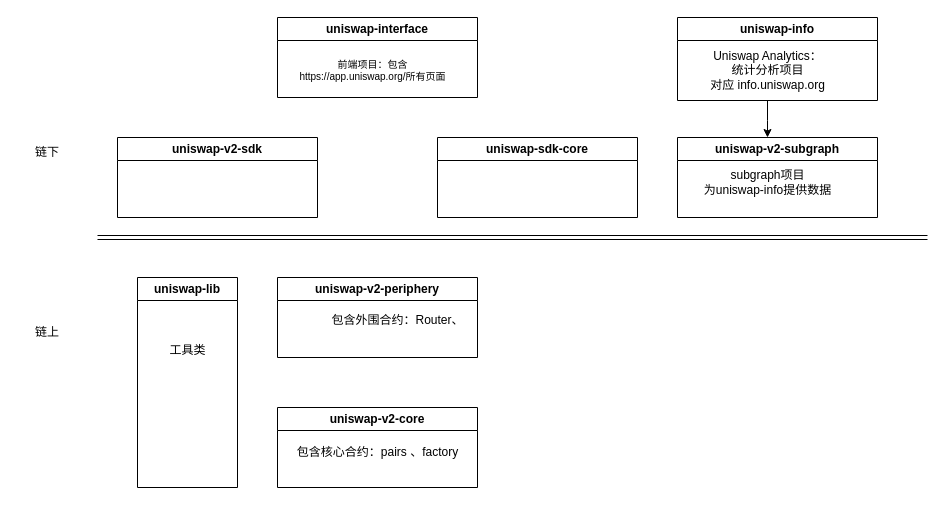
Above: Uniswap-V2-架构图.drawio in nogoingbac/draw-diagrams (draw.io), before the change. Source tidied: cells renumbered, new cells numbered last; positions are measured from the earlier drawing's top-left corner, leaving out a move shared by most shapes. Both pictures are drawn from the tidied source at 100%, with x=0, y=0 at pixel (17, 17).
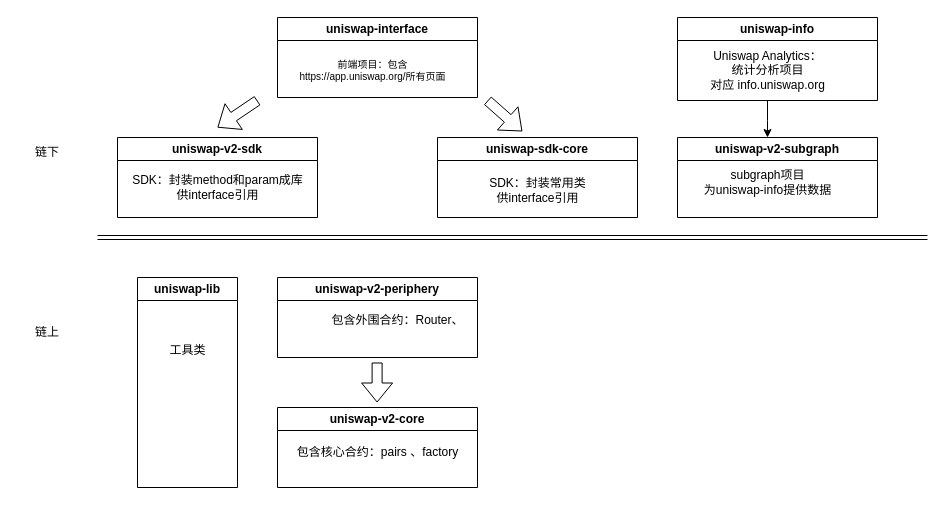
The same page after the edit.

Commit message:
更新Uniswap-V2-架构图.drawio

The change refers to these unchanged cells:
```xml
<mxCell id="4" value="uniswap-sdk-core" style="swimlane;whiteSpace=wrap;html=1;" parent="1" vertex="1">
  <mxGeometry x="420" y="120" width="200" height="80" as="geometry" />
</mxCell>
<mxCell id="5" value="uniswap-v2-sdk" style="swimlane;whiteSpace=wrap;html=1;" parent="1" vertex="1">
  <mxGeometry x="100" y="120" width="200" height="80" as="geometry" />
</mxCell>
```

What changed in the source:
```diff
@@
+    <mxCell id="20" value="SDK：封装method和param成库&lt;br&gt;供interface引用" style="text;html=1;align=center;verticalAlign=middle;strokeColor=none;fillColor=none;" parent="5" vertex="1">
+      <mxGeometry x="5" y="30" width="190" height="40" as="geometry" />
+    </mxCell>
@@
+    <mxCell id="21" value="SDK：封装常用类&lt;br&gt;供interface引用" style="text;html=1;align=center;verticalAlign=middle;strokeColor=none;fillColor=none;" parent="1" vertex="1">
+      <mxGeometry x="460" y="153" width="120" height="40" as="geometry" />
+    </mxCell>
+    <mxCell id="22" style="shape=flexArrow;endArrow=classic;html=1;rounded=0;entryX=0.424;entryY=-0.077;entryDx=0;entryDy=0;entryPerimeter=0;" parent="1" edge="1" target="4">
+      <mxGeometry relative="1" as="geometry">
+        <mxPoint x="470" y="83" as="sourcePoint" />
+      </mxGeometry>
+    </mxCell>
+    <mxCell id="23" style="shape=flexArrow;endArrow=classic;html=1;rounded=0;" parent="1" edge="1">
+      <mxGeometry relative="1" as="geometry">
+        <mxPoint x="240" y="83" as="sourcePoint" />
+        <mxPoint x="200" y="110" as="targetPoint" />
+      </mxGeometry>
+    </mxCell>
+    <mxCell id="24" style="shape=flexArrow;endArrow=classic;html=1;rounded=0;" parent="1" edge="1">
+      <mxGeometry relative="1" as="geometry">
+        <mxPoint x="359.6" y="345" as="sourcePoint" />
+        <mxPoint x="359.6" y="385" as="targetPoint" />
+      </mxGeometry>
+    </mxCell>
```
